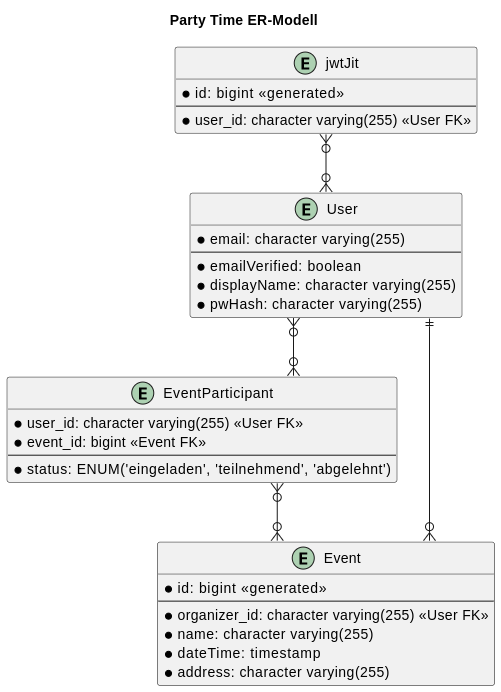
Earlier version of the PlantUML export doc/er-model.png (party-time-2/party-time). Its source is kept beside it as doc/er-model.plantuml.
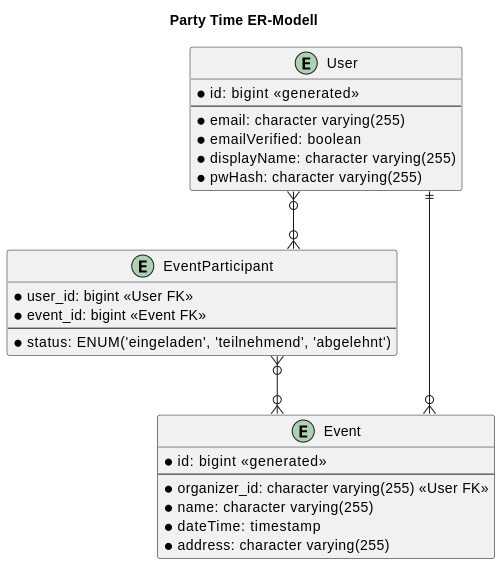
The same diagram one commit later.

Commit message:
simples er-model

What changed in the source:
```diff
@@ -3,15 +3,16 @@
 skinparam linetype ortho
 
 entity User {
+    * id: bigint <<generated>>
+    --
     * email: character varying(255)
-    --
     * emailVerified: boolean
     * displayName: character varying(255)
     * pwHash: character varying(255)
 }
 
 entity EventParticipant {
-    * user_id: character varying(255) <<User FK>>
+    * user_id: bigint <<User FK>>
     * event_id: bigint <<Event FK>>
     --
     * status: ENUM('eingeladen', 'teilnehmend', 'abgelehnt')
@@ -26,14 +27,7 @@
     * address: character varying(255)
 }
 
-entity jwtJit {
-    * id: bigint <<generated>>
-    --
-    * user_id: character varying(255) <<User FK>>
-}
-
 User ||--o{ Event
 User }o--o{ EventParticipant
 EventParticipant }o--o{ Event
-jwtJit }o--o{ User
 @enduml
```
